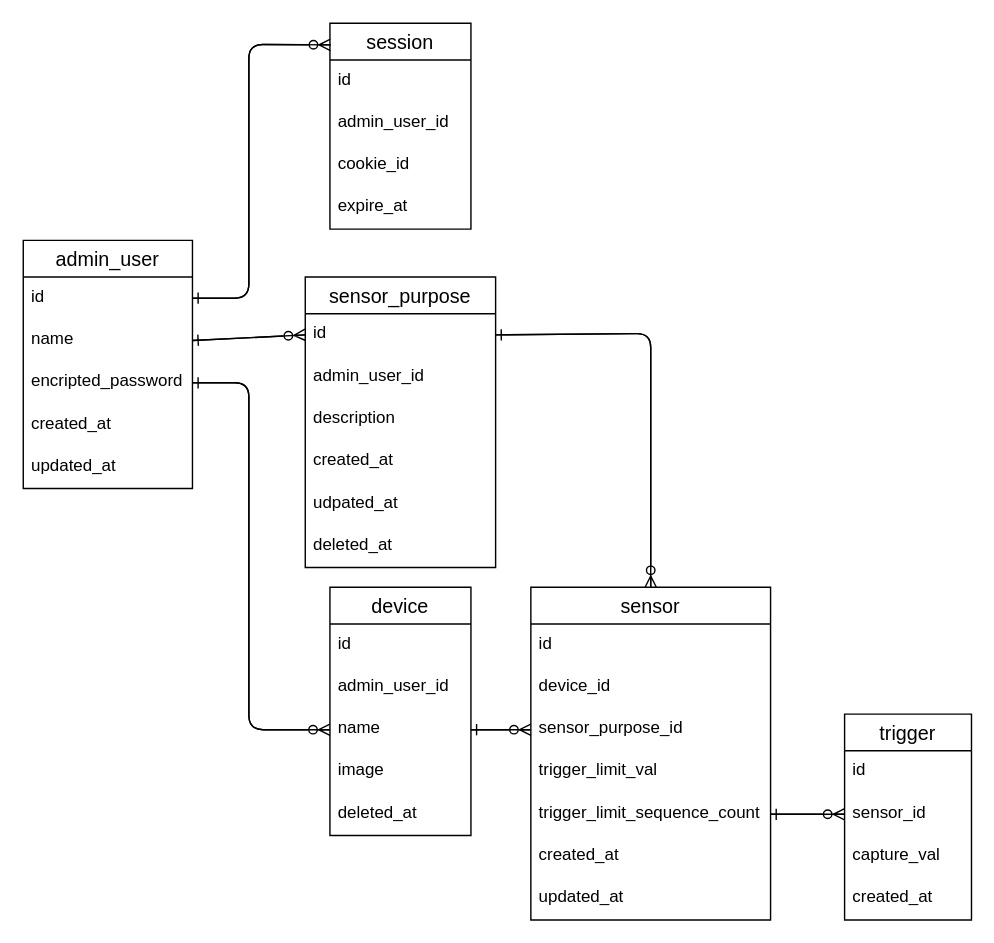
This is src/backend/ER.dio from YSawc/pyum, a draw.io file, before an edit. Source tidied: cells renumbered, new cells numbered last; positions are measured from the earlier drawing's top-left corner, leaving out a move shared by most shapes. Both pictures are drawn from the tidied source at 141%, with x=0, y=0 at pixel (23, 23).
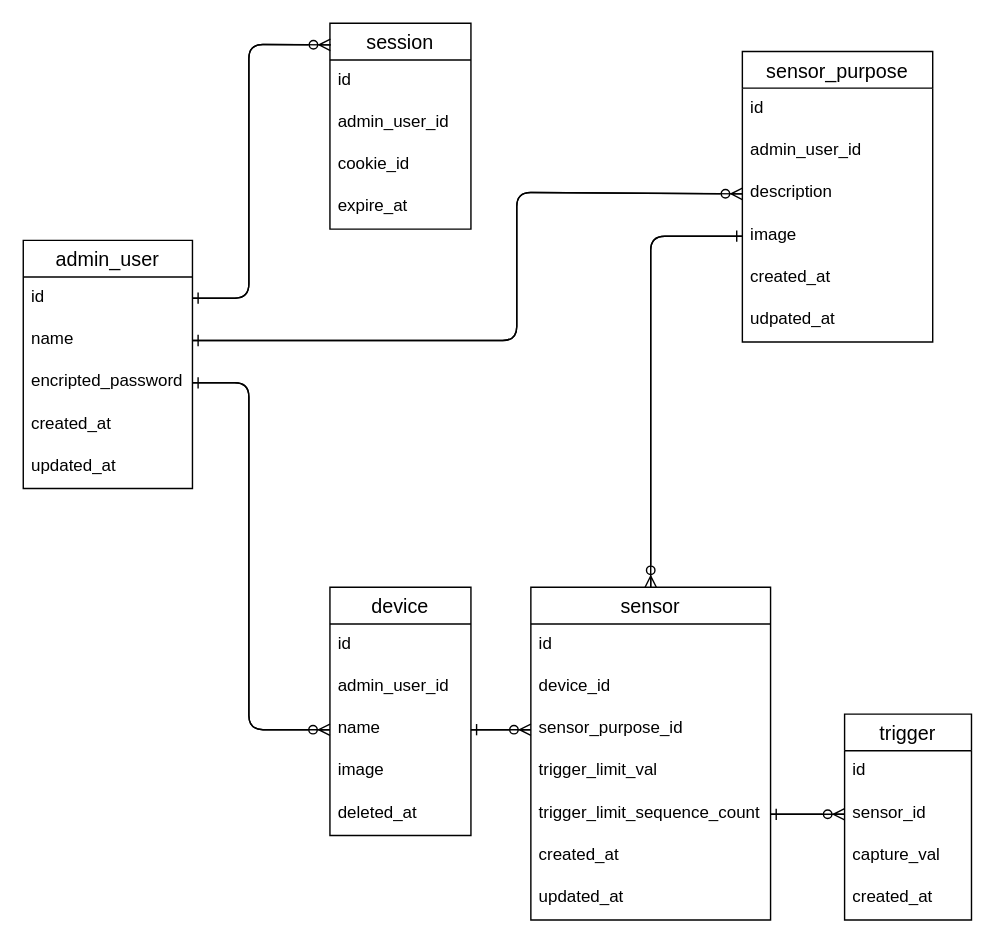
The same page after the edit.

Unchanged cells that the change refers to:
```xml
<mxCell id="4" value="name" style="text;strokeColor=none;fillColor=none;spacingLeft=4;spacingRight=4;overflow=hidden;points=[[0,0.5],[1,0.5]];portConstraint=eastwest;fontSize=12;" parent="2" vertex="1">
  <mxGeometry y="56" width="120" height="30" as="geometry" />
</mxCell>
<mxCell id="15" value="id&#10;&#10;" style="text;strokeColor=none;fillColor=none;spacingLeft=4;spacingRight=4;overflow=hidden;points=[[0,0.5],[1,0.5]];portConstraint=eastwest;fontSize=12;" parent="14" vertex="1">
  <mxGeometry y="26" width="135" height="30" as="geometry" />
</mxCell>
<mxCell id="17" value="description" style="text;strokeColor=none;fillColor=none;spacingLeft=4;spacingRight=4;overflow=hidden;points=[[0,0.5],[1,0.5]];portConstraint=eastwest;fontSize=12;" parent="14" vertex="1">
  <mxGeometry y="86" width="135" height="30" as="geometry" />
</mxCell>
<mxCell id="26" value="sensor" style="swimlane;fontStyle=0;horizontal=1;startSize=26;align=center;fontSize=14;" parent="1" vertex="1">
  <mxGeometry x="360" y="400" width="170" height="236" as="geometry" />
</mxCell>
```

Change to the diagram source:
```diff
@@
     <mxCell id="14" value="sensor_purpose" style="swimlane;fontStyle=0;horizontal=1;startSize=26;align=center;fontSize=14;" parent="1" vertex="1">
-      <mxGeometry x="200" y="180" width="135" height="206" as="geometry" />
+      <mxGeometry x="510" y="20" width="135" height="206" as="geometry" />
     </mxCell>
@@
+    <mxCell id="51" value="image" style="text;strokeColor=none;fillColor=none;spacingLeft=4;spacingRight=4;overflow=hidden;points=[[0,0.5],[1,0.5]];portConstraint=eastwest;fontSize=12;" parent="14" vertex="1">
+      <mxGeometry y="116" width="135" height="30" as="geometry" />
+    </mxCell>
     <mxCell id="18" value="created_at" style="text;strokeColor=none;fillColor=none;spacingLeft=4;spacingRight=4;overflow=hidden;fontSize=12;" parent="14" vertex="1">
-      <mxGeometry y="116" width="135" height="30" as="geometry" />
+      <mxGeometry y="146" width="135" height="30" as="geometry" />
     </mxCell>
     <mxCell id="19" value="udpated_at" style="text;strokeColor=none;fillColor=none;spacingLeft=4;spacingRight=4;overflow=hidden;fontSize=12;" parent="14" vertex="1">
-      <mxGeometry y="146" width="135" height="30" as="geometry" />
+      <mxGeometry y="176" width="135" height="30" as="geometry" />
     </mxCell>
-    <mxCell id="20" value="deleted_at" style="text;strokeColor=none;fillColor=none;spacingLeft=4;spacingRight=4;overflow=hidden;fontSize=12;" parent="14" vertex="1">
-      <mxGeometry y="176" width="135" height="30" as="geometry" />
-    </mxCell>
@@
-    <mxCell id="40" style="edgeStyle=none;html=1;startArrow=none;startFill=0;endArrow=ERzeroToMany;endFill=0;exitX=1;exitY=0.5;exitDx=0;exitDy=0;" parent="1" edge="1" source="15" target="26">
+    <mxCell id="40" style="edgeStyle=none;html=1;startArrow=none;startFill=0;endArrow=ERzeroToMany;endFill=0;exitX=0;exitY=0.5;exitDx=0;exitDy=0;" parent="1" edge="1" source="51" target="26">
       <mxGeometry relative="1" as="geometry">
         <Array as="points">
-          <mxPoint x="445" y="220" />
+          <mxPoint x="445" y="151" />
           <mxPoint x="445" y="331" />
         </Array>
       </mxGeometry>
     </mxCell>
-    <mxCell id="41" style="edgeStyle=none;html=1;exitX=0.5;exitY=0;exitDx=0;exitDy=0;startArrow=none;startFill=0;endArrow=ERone;endFill=0;entryX=1;entryY=0.5;entryDx=0;entryDy=0;" parent="1" edge="1" source="26" target="15">
+    <mxCell id="41" style="edgeStyle=none;html=1;exitX=0.5;exitY=0;exitDx=0;exitDy=0;startArrow=none;startFill=0;endArrow=ERone;endFill=0;entryX=0;entryY=0.5;entryDx=0;entryDy=0;" parent="1" edge="1" source="26" target="51">
       <mxGeometry relative="1" as="geometry">
         <Array as="points">
           <mxPoint x="445" y="331" />
-          <mxPoint x="445" y="220" />
+          <mxPoint x="445" y="151" />
         </Array>
       </mxGeometry>
     </mxCell>
@@
-    <mxCell id="49" style="edgeStyle=none;html=1;entryX=0;entryY=0.5;entryDx=0;entryDy=0;startArrow=none;startFill=0;endArrow=ERzeroToMany;endFill=0;exitX=1;exitY=0.5;exitDx=0;exitDy=0;" parent="1" edge="1" source="4" target="15">
-      <mxGeometry relative="1" as="geometry" />
+    <mxCell id="49" style="edgeStyle=none;html=1;entryX=0;entryY=0.5;entryDx=0;entryDy=0;startArrow=none;startFill=0;endArrow=ERzeroToMany;endFill=0;exitX=1;exitY=0.5;exitDx=0;exitDy=0;" parent="1" edge="1" source="4" target="17">
+      <mxGeometry relative="1" as="geometry">
+        <Array as="points">
+          <mxPoint x="350" y="225" />
+          <mxPoint x="350" y="120" />
+        </Array>
+      </mxGeometry>
     </mxCell>
-    <mxCell id="50" style="edgeStyle=none;html=1;exitX=0;exitY=0.5;exitDx=0;exitDy=0;entryX=1;entryY=0.5;entryDx=0;entryDy=0;startArrow=none;startFill=0;endArrow=ERone;endFill=0;" parent="1" edge="1" source="15" target="4">
-      <mxGeometry relative="1" as="geometry" />
+    <mxCell id="50" style="edgeStyle=none;html=1;exitX=0;exitY=0.5;exitDx=0;exitDy=0;entryX=1;entryY=0.5;entryDx=0;entryDy=0;startArrow=none;startFill=0;endArrow=ERone;endFill=0;" parent="1" edge="1" source="17" target="4">
+      <mxGeometry relative="1" as="geometry">
+        <Array as="points">
+          <mxPoint x="350" y="120" />
+          <mxPoint x="350" y="225" />
+        </Array>
+      </mxGeometry>
     </mxCell>
```
